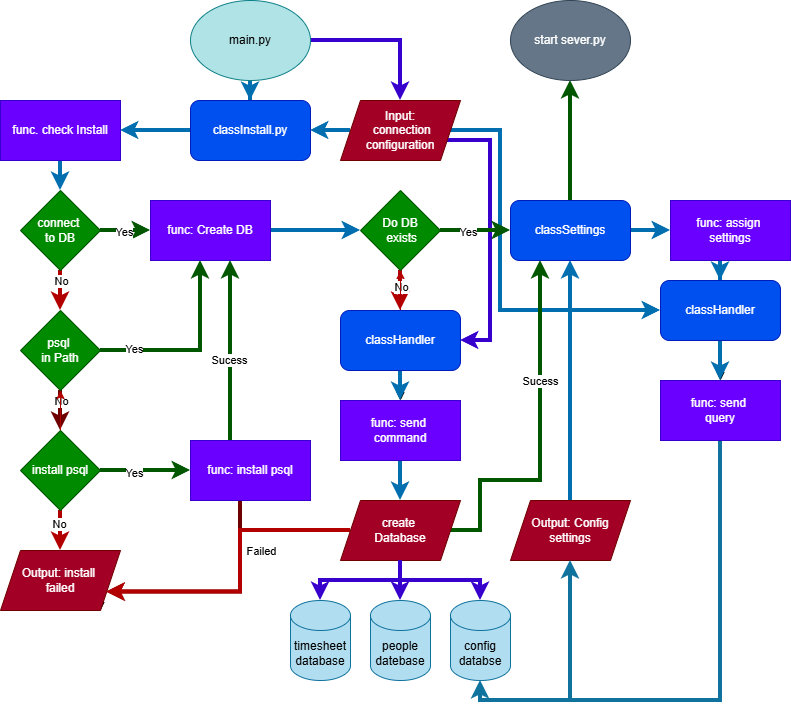
Above: planning/setup_flowchart.drawio.png in whitedragonstudios/Scanner (draw.io), before the change. Source tidied: cells renumbered, new cells last; positions are measured from the earlier drawing's top-left corner, leaving out a move shared by most shapes.
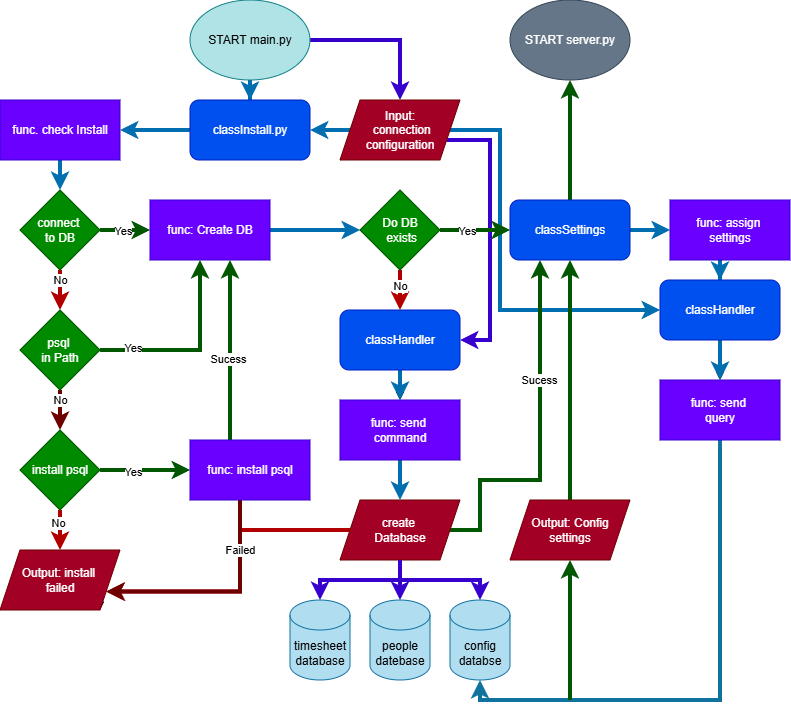
After the commit.

What changed in the source:
```diff
@@ -2,13 +2,21 @@
   <root>
     <mxCell id="0" />
     <mxCell id="1" parent="0" />
+    <mxCell id="47" style="edgeStyle=orthogonalEdgeStyle;rounded=0;jettySize=auto;html=1;entryX=1;entryY=0.75;entryDx=0;entryDy=0;strokeWidth=4;fillColor=#e51400;strokeColor=#B20000;" parent="1" edge="1" source="48" target="24">
+      <mxGeometry relative="1" as="geometry">
+        <Array as="points">
+          <mxPoint x="240" y="530" />
+          <mxPoint x="240" y="592" />
+        </Array>
+      </mxGeometry>
+    </mxCell>
     <mxCell id="2" style="edgeStyle=orthogonalEdgeStyle;rounded=0;jettySize=auto;html=1;strokeWidth=4;fillColor=#1ba1e2;strokeColor=#006EAF;" parent="1" edge="1" source="4" target="44">
       <mxGeometry relative="1" as="geometry" />
     </mxCell>
     <mxCell id="3" style="edgeStyle=orthogonalEdgeStyle;rounded=0;jettySize=auto;html=1;fillColor=#6a00ff;strokeColor=#3700CC;strokeWidth=4;" parent="1" edge="1" source="4" target="35">
       <mxGeometry relative="1" as="geometry" />
     </mxCell>
-    <mxCell id="4" value="main.py" style="ellipse;whiteSpace=wrap;html=1;fillColor=#b0e3e6;strokeColor=#0e8088;" parent="1" vertex="1">
+    <mxCell id="4" value="START main.py" style="ellipse;whiteSpace=wrap;html=1;fillColor=#b0e3e6;strokeColor=#0e8088;" parent="1" vertex="1">
       <mxGeometry x="190" width="120" height="80" as="geometry" />
     </mxCell>
     <mxCell id="5" style="edgeStyle=orthogonalEdgeStyle;rounded=0;jettySize=auto;html=1;fillColor=#008a00;strokeColor=#005700;strokeWidth=4;" parent="1" edge="1" source="9">
@@ -67,9 +75,6 @@
     <mxCell id="20" value="Yes" style="edgeLabel;html=1;align=center;verticalAlign=middle;" parent="19" vertex="1">
       <mxGeometry x="-0.26" y="-2" relative="1" as="geometry" />
     </mxCell>
-    <mxCell id="21" style="edgeStyle=orthogonalEdgeStyle;rounded=0;jettySize=auto;html=1;fillColor=#e51400;strokeColor=#B20000;" parent="1" edge="1" source="22" target="16">
-      <mxGeometry relative="1" as="geometry" />
-    </mxCell>
     <mxCell id="22" value="install psql" style="rhombus;whiteSpace=wrap;html=1;fillColor=#008a00;fontColor=#ffffff;strokeColor=#005700;" parent="1" vertex="1">
       <mxGeometry x="20" y="430" width="80" height="80" as="geometry" />
     </mxCell>
@@ -102,7 +107,7 @@
     </mxCell>
     <mxCell id="28" value="Failed" style="edgeLabel;html=1;align=center;verticalAlign=middle;" parent="27" vertex="1">
       <mxGeometry x="-0.6" y="-3" relative="1" as="geometry">
-        <mxPoint x="23" y="5" as="offset" />
+        <mxPoint x="3" y="5" as="offset" />
       </mxGeometry>
     </mxCell>
     <mxCell id="29" value="func: install psql" style="whiteSpace=wrap;html=1;fillColor=#6a00ff;fontColor=#ffffff;strokeColor=#3700CC;" parent="1" vertex="1">
@@ -184,14 +189,6 @@
     <mxCell id="46" value="Sucess" style="edgeLabel;html=1;align=center;verticalAlign=middle;" parent="45" vertex="1">
       <mxGeometry x="0.33" y="1" relative="1" as="geometry" />
     </mxCell>
-    <mxCell id="47" style="edgeStyle=orthogonalEdgeStyle;rounded=0;jettySize=auto;html=1;entryX=1;entryY=0.75;entryDx=0;entryDy=0;strokeWidth=4;fillColor=#e51400;strokeColor=#B20000;" parent="1" edge="1" source="48" target="24">
-      <mxGeometry relative="1" as="geometry">
-        <Array as="points">
-          <mxPoint x="240" y="530" />
-          <mxPoint x="240" y="592" />
-        </Array>
-      </mxGeometry>
-    </mxCell>
     <mxCell id="48" value="create&amp;nbsp;&lt;div&gt;Database&lt;/div&gt;" style="shape=parallelogram;perimeter=parallelogramPerimeter;whiteSpace=wrap;html=1;fixedSize=1;fillColor=#a20025;fontColor=#ffffff;strokeColor=#6F0000;" parent="1" vertex="1">
       <mxGeometry x="340" y="500" width="120" height="60" as="geometry" />
     </mxCell>
@@ -216,7 +213,7 @@
     <mxCell id="52" value="func: send&amp;nbsp;&lt;div&gt;query&lt;/div&gt;" style="whiteSpace=wrap;html=1;fillColor=#6a00ff;fontColor=#ffffff;strokeColor=#3700CC;" parent="1" vertex="1">
       <mxGeometry x="660" y="380" width="120" height="60" as="geometry" />
     </mxCell>
-    <mxCell id="53" style="edgeStyle=orthogonalEdgeStyle;rounded=0;jettySize=auto;html=1;entryX=0.5;entryY=1;entryDx=0;entryDy=0;fillColor=#1ba1e2;strokeColor=#006EAF;strokeWidth=4;" parent="1" edge="1" source="54">
+    <mxCell id="53" style="edgeStyle=orthogonalEdgeStyle;rounded=0;jettySize=auto;html=1;entryX=0.5;entryY=1;entryDx=0;entryDy=0;fillColor=#008a00;strokeColor=#005700;strokeWidth=4;" parent="1" edge="1" source="54">
       <mxGeometry relative="1" as="geometry">
         <mxPoint x="570" y="260" as="targetPoint" />
       </mxGeometry>
@@ -233,9 +230,6 @@
     <mxCell id="57" style="edgeStyle=orthogonalEdgeStyle;rounded=0;jettySize=auto;html=1;fillColor=#1ba1e2;strokeColor=#006EAF;strokeWidth=4;" parent="1" edge="1" source="59" target="42">
       <mxGeometry relative="1" as="geometry" />
     </mxCell>
-    <mxCell id="58" style="edgeStyle=orthogonalEdgeStyle;rounded=0;jettySize=auto;html=1;fillColor=#e51400;strokeColor=#B20000;" parent="1" edge="1" source="59" target="38">
-      <mxGeometry relative="1" as="geometry" />
-    </mxCell>
     <mxCell id="59" value="classHandler" style="rounded=1;whiteSpace=wrap;html=1;fillColor=#0050ef;fontColor=#ffffff;strokeColor=#001DBC;" parent="1" vertex="1">
       <mxGeometry x="340" y="310" width="120" height="60" as="geometry" />
     </mxCell>
@@ -245,7 +239,7 @@
     <mxCell id="61" value="classHandler" style="rounded=1;whiteSpace=wrap;html=1;fillColor=#0050ef;fontColor=#ffffff;strokeColor=#001DBC;" parent="1" vertex="1">
       <mxGeometry x="660" y="280" width="120" height="60" as="geometry" />
     </mxCell>
-    <mxCell id="62" style="edgeStyle=orthogonalEdgeStyle;rounded=0;jettySize=auto;html=1;entryX=0.5;entryY=1;entryDx=0;entryDy=0;fillColor=#b1ddf0;strokeColor=#10739e;strokeWidth=4;" parent="1" edge="1" target="54">
+    <mxCell id="62" style="edgeStyle=orthogonalEdgeStyle;rounded=0;jettySize=auto;html=1;entryX=0.5;entryY=1;entryDx=0;entryDy=0;fillColor=#008a00;strokeColor=#005700;strokeWidth=4;" parent="1" edge="1" target="54">
       <mxGeometry relative="1" as="geometry">
         <mxPoint x="570" y="700" as="sourcePoint" />
         <Array as="points">
@@ -274,7 +268,7 @@
     <mxCell id="69" value="func: assign&amp;nbsp;&lt;div&gt;settings&lt;/div&gt;" style="rounded=0;whiteSpace=wrap;html=1;fillColor=#6a00ff;fontColor=#ffffff;strokeColor=#3700CC;" parent="1" vertex="1">
       <mxGeometry x="670" y="200" width="120" height="60" as="geometry" />
     </mxCell>
-    <mxCell id="70" value="start sever.py" style="ellipse;whiteSpace=wrap;html=1;fillColor=#647687;fontColor=#ffffff;strokeColor=#314354;" parent="1" vertex="1">
+    <mxCell id="70" value="START server.py" style="ellipse;whiteSpace=wrap;html=1;fillColor=#647687;fontColor=#ffffff;strokeColor=#314354;" parent="1" vertex="1">
       <mxGeometry x="510" width="120" height="80" as="geometry" />
     </mxCell>
     <mxCell id="71" style="edgeStyle=orthogonalEdgeStyle;rounded=0;jettySize=auto;html=1;fillColor=#008a00;strokeColor=#005700;strokeWidth=4;" parent="1" edge="1" source="38">
```
